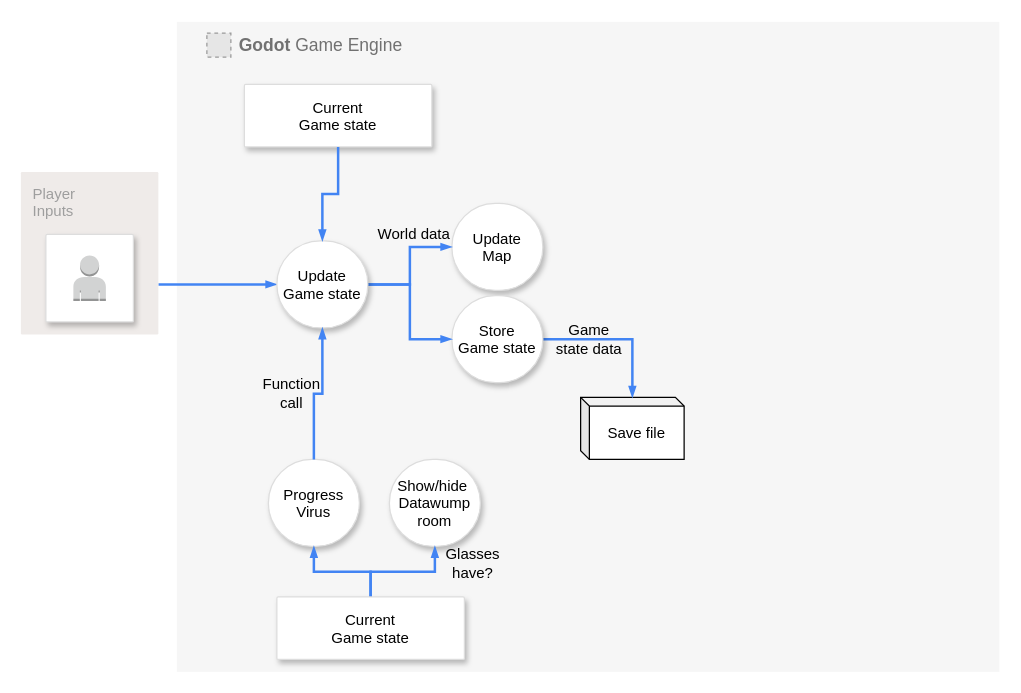
Earlier version of the draw.io diagram doc/dfd_zero.drawio (ffernn-dev/wumpus). Source tidied: cells renumbered, new cells numbered last; positions are measured from the earlier drawing's top-left corner, leaving out a move shared by most shapes. Both pictures are drawn from the tidied source at 125%, with x=0, y=0 at pixel (20, 21). Pictures stored in the file or linked from it are replaced by grey dashed boxes.
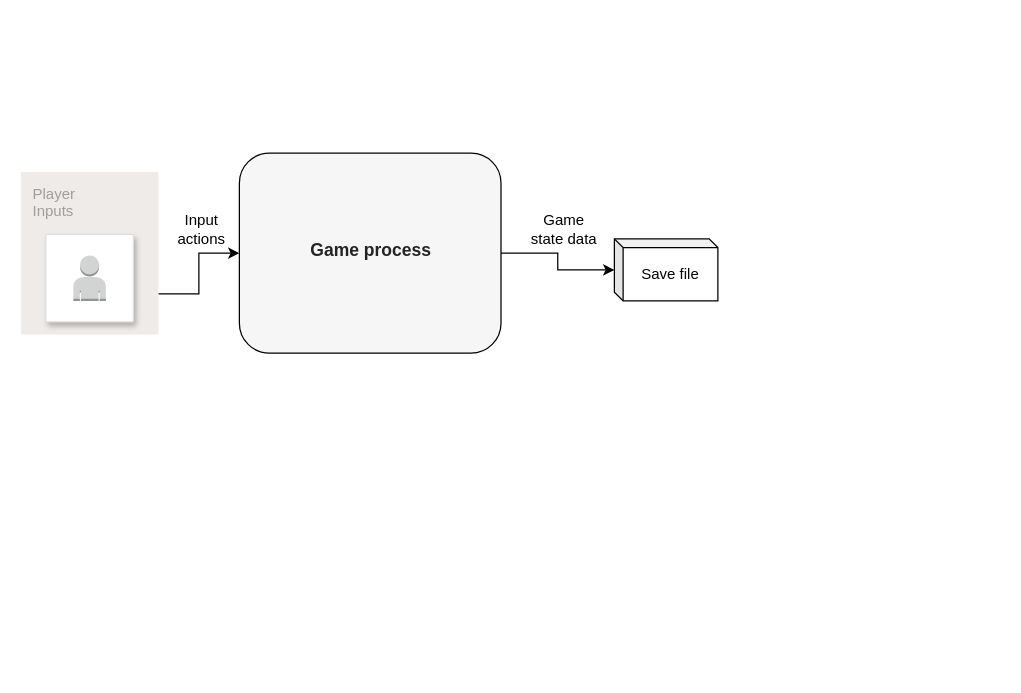
The same page after the edit.

The change refers to these unchanged cells:
```xml
<mxCell id="18" value="Player&lt;div&gt;Inputs&lt;/div&gt;" style="rounded=1;absoluteArcSize=1;arcSize=2;html=1;strokeColor=none;gradientColor=none;shadow=0;dashed=0;fontSize=12;fontColor=#9E9E9E;align=left;verticalAlign=top;spacing=10;spacingTop=-4;fillColor=#EFEBE9;" parent="1" vertex="1">
  <mxGeometry x="0.2" y="120" width="110" height="130" as="geometry" />
</mxCell>
```

The edit, as a diff of the source:
```diff
@@
+    <mxCell id="27" style="edgeStyle=orthogonalEdgeStyle;rounded=0;jettySize=auto;html=1;" parent="1" edge="1" source="2" target="6">
+      <mxGeometry relative="1" as="geometry" />
+    </mxCell>
-    <mxCell id="2" value="&lt;b&gt;Godot&amp;nbsp;&lt;/b&gt;Game Engine" style="fillColor=#F6F6F6;strokeColor=none;shadow=0;gradientColor=none;fontSize=14;align=left;spacing=10;fontColor=#717171;9E9E9E;verticalAlign=top;spacingTop=-4;fontStyle=0;spacingLeft=40;html=1;" parent="1" vertex="1">
-      <mxGeometry x="125" width="658" height="520" as="geometry" />
+    <mxCell id="2" value="&lt;b&gt;Game process&lt;/b&gt;" style="fillColor=#F6F6F6;strokeColor=default;shadow=0;gradientColor=none;fontSize=14;align=center;spacing=10;fontColor=#242424;9E9E9E;verticalAlign=middle;spacingTop=-4;fontStyle=0;spacingLeft=0;html=1;rounded=1;glass=0;" parent="1" vertex="1">
+      <mxGeometry x="175" y="105" width="209.3" height="160" as="geometry" />
     </mxCell>
-    <mxCell id="3" style="fillColor=#E6E6E6;strokeColor=#999999;dashed=1;verticalLabelPosition=bottom;labelBackgroundColor=default;verticalAlign=top;" parent="2" vertex="1">
-      <mxGeometry x="24" y="9" width="19.2" height="19.2" as="geometry" />
-    </mxCell>
-    <mxCell id="4" value="Update&#10;Map" style="strokeColor=#dddddd;shadow=1;strokeWidth=1;rounded=1;absoluteArcSize=1;arcSize=130;" parent="2" vertex="1">
-      <mxGeometry x="220" y="145.2" width="72.8" height="69.6" as="geometry" />
-    </mxCell>
-    <mxCell id="5" value="Progress&#10;Virus" style="strokeColor=#dddddd;shadow=1;strokeWidth=1;rounded=1;absoluteArcSize=1;arcSize=130;" parent="2" vertex="1">
-      <mxGeometry x="73.2" y="350" width="72.8" height="69.6" as="geometry" />
-    </mxCell>
-    <mxCell id="6" value="Save file" style="shape=cube;whiteSpace=wrap;html=1;boundedLbl=1;backgroundOutline=1;darkOpacity=0.05;darkOpacity2=0.1;fontFamily=Helvetica;fontSize=12;fontColor=default;labelBackgroundColor=none;size=7;" parent="2" vertex="1">
-      <mxGeometry x="323" y="300.4" width="82.8" height="49.6" as="geometry" />
-    </mxCell>
-    <mxCell id="7" style="edgeStyle=orthogonalEdgeStyle;rounded=0;jettySize=auto;html=1;dashed=0;strokeColor=#4284F3;strokeWidth=2;align=center;verticalAlign=middle;fontFamily=Helvetica;fontSize=12;fontColor=default;labelBackgroundColor=none;startArrow=none;startFill=0;startSize=4;endArrow=blockThin;endFill=1;endSize=4;" parent="2" edge="1" source="8" target="6">
-      <mxGeometry relative="1" as="geometry" />
-    </mxCell>
-    <mxCell id="8" value="Store&#10;Game state" style="strokeColor=#dddddd;shadow=1;strokeWidth=1;rounded=1;absoluteArcSize=1;arcSize=130;" parent="2" vertex="1">
-      <mxGeometry x="220" y="219" width="72.8" height="69.6" as="geometry" />
-    </mxCell>
-    <mxCell id="9" value="Current&#10;Game state" style="strokeColor=#dddddd;shadow=1;strokeWidth=1;rounded=1;absoluteArcSize=1;arcSize=2;" parent="2" vertex="1">
-      <mxGeometry x="54" y="50" width="150" height="50" as="geometry" />
-    </mxCell>
-    <mxCell id="10" value="Show/hide &#10;Datawump&#10;room" style="strokeColor=#dddddd;shadow=1;strokeWidth=1;rounded=1;absoluteArcSize=1;arcSize=130;" parent="2" vertex="1">
-      <mxGeometry x="170" y="350" width="72.8" height="69.6" as="geometry" />
-    </mxCell>
-    <mxCell id="11" style="edgeStyle=orthogonalEdgeStyle;rounded=0;jettySize=auto;html=1;dashed=0;strokeColor=#4284F3;strokeWidth=2;align=center;verticalAlign=middle;fontFamily=Helvetica;fontSize=12;fontColor=default;labelBackgroundColor=none;startArrow=none;startFill=0;startSize=4;endArrow=blockThin;endFill=1;endSize=4;" parent="2" edge="1" source="13" target="5">
-      <mxGeometry relative="1" as="geometry" />
+    <mxCell id="11" style="edgeStyle=orthogonalEdgeStyle;rounded=0;orthogonalLoop=1;jettySize=auto;html=1;dashed=0;strokeColor=#4284F3;strokeWidth=2;align=center;verticalAlign=middle;fontFamily=Helvetica;fontSize=12;fontColor=default;labelBackgroundColor=none;startArrow=none;startFill=0;startSize=4;endArrow=blockThin;endFill=1;endSize=4;" parent="2" edge="1">
+      <mxGeometry relative="1" as="geometry">
+        <mxPoint x="34.9" y="129.1" as="targetPoint" />
+      </mxGeometry>
     </mxCell>
-    <mxCell id="12" style="edgeStyle=orthogonalEdgeStyle;rounded=0;jettySize=auto;html=1;dashed=0;strokeColor=#4284F3;strokeWidth=2;align=center;verticalAlign=middle;fontFamily=Helvetica;fontSize=12;fontColor=default;labelBackgroundColor=none;startArrow=none;startFill=0;startSize=4;endArrow=blockThin;endFill=1;endSize=4;" parent="2" edge="1" source="13" target="10">
-      <mxGeometry relative="1" as="geometry" />
-    </mxCell>
-    <mxCell id="13" value="Current&#10;Game state" style="strokeColor=#dddddd;shadow=1;strokeWidth=1;rounded=1;absoluteArcSize=1;arcSize=2;" parent="2" vertex="1">
-      <mxGeometry x="80" y="460" width="150" height="50" as="geometry" />
-    </mxCell>
-    <mxCell id="14" value="World data" style="text;html=1;align=center;verticalAlign=middle;whiteSpace=wrap;rounded=0;fontFamily=Helvetica;fontSize=12;fontColor=default;labelBackgroundColor=none;" parent="2" vertex="1">
-      <mxGeometry x="160" y="155.2" width="60" height="30" as="geometry" />
-    </mxCell>
-    <mxCell id="15" value="Function call" style="text;html=1;align=center;verticalAlign=middle;whiteSpace=wrap;rounded=0;fontFamily=Helvetica;fontSize=12;fontColor=default;labelBackgroundColor=none;" parent="2" vertex="1">
-      <mxGeometry x="62" y="282" width="60" height="30" as="geometry" />
-    </mxCell>
-    <mxCell id="16" value="Glasses have?" style="text;html=1;align=center;verticalAlign=middle;whiteSpace=wrap;rounded=0;fontFamily=Helvetica;fontSize=12;fontColor=default;labelBackgroundColor=none;" parent="2" vertex="1">
-      <mxGeometry x="207" y="417.6" width="60" height="30" as="geometry" />
-    </mxCell>
-    <mxCell id="17" style="edgeStyle=orthogonalEdgeStyle;rounded=0;html=1;dashed=0;labelBackgroundColor=none;startArrow=none;startFill=0;startSize=4;endArrow=blockThin;endFill=1;endSize=4;strokeColor=#4284F3;strokeWidth=2;fontSize=12;" parent="1" edge="1" source="18" target="22">
-      <mxGeometry relative="1" as="geometry">
-        <Array as="points">
-          <mxPoint x="120.2" y="210" />
-          <mxPoint x="120.2" y="210" />
-        </Array>
-      </mxGeometry>
-    </mxCell>
+    <mxCell id="28" style="edgeStyle=orthogonalEdgeStyle;rounded=0;jettySize=auto;html=1;exitX=1;exitY=0.75;exitDx=0;exitDy=0;" parent="1" edge="1" source="18" target="2">
+      <mxGeometry relative="1" as="geometry" />
+    </mxCell>
@@
-    <mxCell id="20" style="edgeStyle=orthogonalEdgeStyle;rounded=0;jettySize=auto;html=1;dashed=0;strokeColor=#4284F3;strokeWidth=2;align=center;verticalAlign=middle;fontFamily=Helvetica;fontSize=12;fontColor=default;labelBackgroundColor=none;startArrow=none;startFill=0;startSize=4;endArrow=blockThin;endFill=1;endSize=4;" parent="1" edge="1" source="22" target="4">
-      <mxGeometry relative="1" as="geometry" />
-    </mxCell>
-    <mxCell id="21" style="edgeStyle=orthogonalEdgeStyle;rounded=0;jettySize=auto;html=1;dashed=0;strokeColor=#4284F3;strokeWidth=2;align=center;verticalAlign=middle;fontFamily=Helvetica;fontSize=12;fontColor=default;labelBackgroundColor=none;startArrow=none;startFill=0;startSize=4;endArrow=blockThin;endFill=1;endSize=4;" parent="1" edge="1" source="22" target="8">
-      <mxGeometry relative="1" as="geometry" />
-    </mxCell>
-    <mxCell id="22" value="Update&#10;Game state" style="strokeColor=#dddddd;shadow=1;strokeWidth=1;rounded=1;absoluteArcSize=1;arcSize=130;" parent="1" vertex="1">
-      <mxGeometry x="205" y="175.2" width="72.8" height="69.6" as="geometry" />
-    </mxCell>
@@
-    <mxCell id="24" style="edgeStyle=orthogonalEdgeStyle;rounded=0;jettySize=auto;html=1;entryX=0.5;entryY=0;entryDx=0;entryDy=0;dashed=0;strokeColor=#4284F3;strokeWidth=2;align=center;verticalAlign=middle;fontFamily=Helvetica;fontSize=12;fontColor=default;labelBackgroundColor=none;startArrow=none;startFill=0;startSize=4;endArrow=blockThin;endFill=1;endSize=4;" parent="1" edge="1" source="9" target="22">
-      <mxGeometry relative="1" as="geometry" />
-    </mxCell>
-    <mxCell id="25" style="edgeStyle=orthogonalEdgeStyle;rounded=0;jettySize=auto;html=1;entryX=0.5;entryY=1;entryDx=0;entryDy=0;dashed=0;strokeColor=#4284F3;strokeWidth=2;align=center;verticalAlign=middle;fontFamily=Helvetica;fontSize=12;fontColor=default;labelBackgroundColor=none;startArrow=none;startFill=0;startSize=4;endArrow=blockThin;endFill=1;endSize=4;" parent="1" edge="1" source="5" target="22">
-      <mxGeometry relative="1" as="geometry" />
-    </mxCell>
     <mxCell id="26" value="Game state data" style="text;html=1;align=center;verticalAlign=middle;whiteSpace=wrap;rounded=0;fontFamily=Helvetica;fontSize=12;fontColor=default;labelBackgroundColor=none;" parent="1" vertex="1">
-      <mxGeometry x="425" y="239" width="60" height="30" as="geometry" />
+      <mxGeometry x="405" y="150.8" width="60" height="30" as="geometry" />
     </mxCell>
+    <mxCell id="6" value="Save file" style="shape=cube;whiteSpace=wrap;html=1;boundedLbl=1;backgroundOutline=1;darkOpacity=0.05;darkOpacity2=0.1;fontFamily=Helvetica;fontSize=12;fontColor=default;labelBackgroundColor=none;size=7;" parent="1" vertex="1">
+      <mxGeometry x="475" y="173.6" width="82.8" height="49.6" as="geometry" />
+    </mxCell>
+    <mxCell id="29" value="Input actions" style="text;html=1;align=center;verticalAlign=middle;whiteSpace=wrap;rounded=0;fontFamily=Helvetica;fontSize=12;fontColor=default;labelBackgroundColor=none;" parent="1" vertex="1">
+      <mxGeometry x="115" y="150.8" width="60" height="30" as="geometry" />
+    </mxCell>
```
